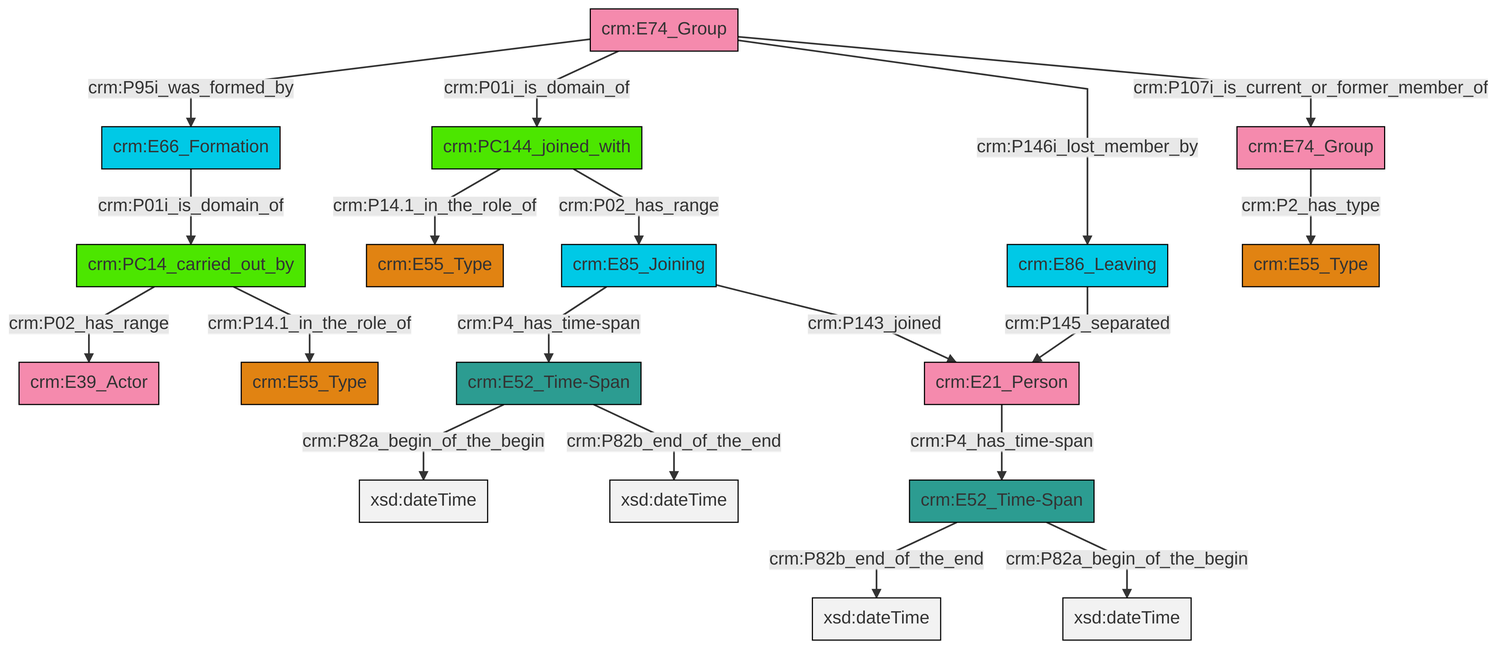
swiss-art-research-net/reference-data-models keeps this Mermaid diagram as et/groupCSV/ttl/mmd/png/group_actor_relations.png. Above is the earlier version. Its source is kept beside it as et/groupCSV/ttl/mmd/group_actor_relations.ttl.mmd.
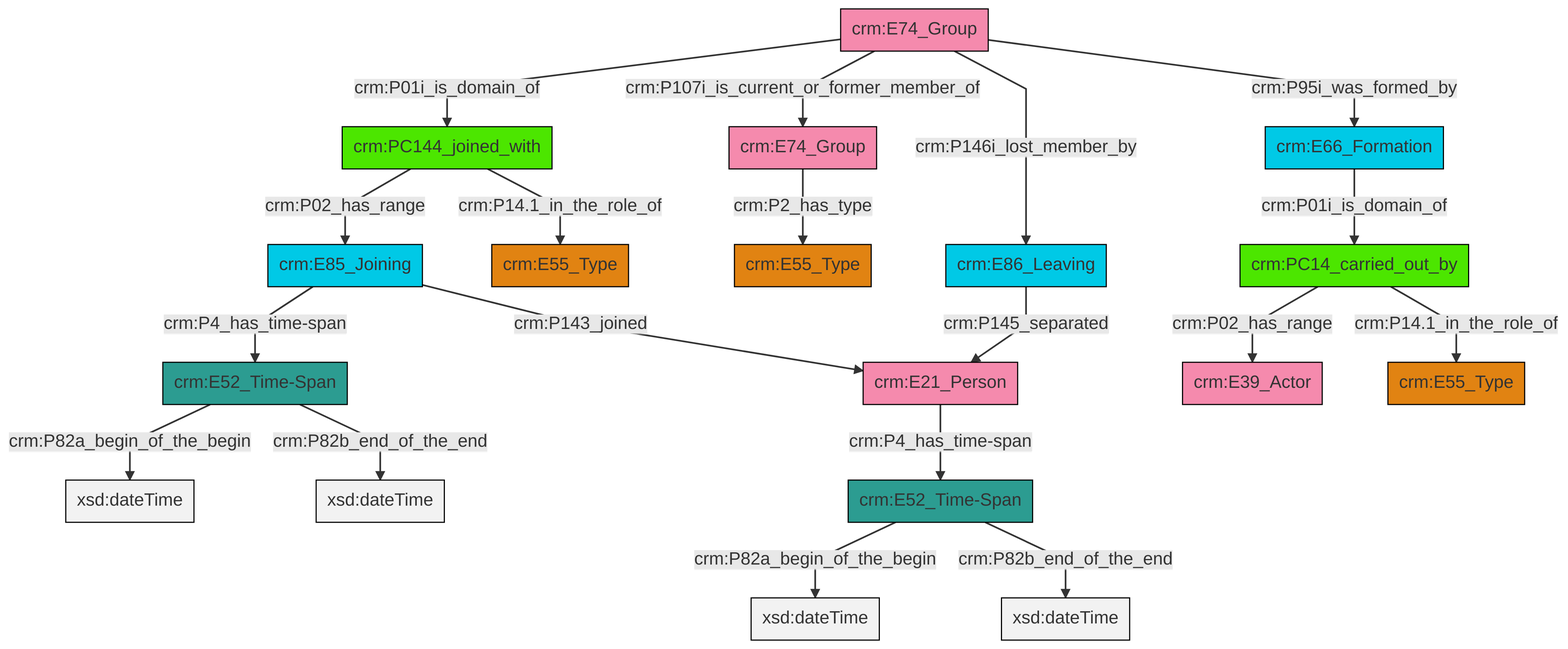
After the commit.

The edit, as a diff of the source:
```diff
@@ -13,21 +13,21 @@
 classDef PC_Classes fill:#4ce600, stroke:#000000;
 classDef Multi fill:#cccccc,stroke:#000000;
 
-0["crm:PC144_joined_with"]:::PC_Classes -->|crm:P14.1_in_the_role_of| 1["crm:E55_Type"]:::Type
-2["crm:E85_Joining"]:::Temporal_Entity -->|crm:P4_has_time-span| 3["crm:E52_Time-Span"]:::Time-Span
-4["crm:E52_Time-Span"]:::Time-Span -->|crm:P82b_end_of_the_end| 5[xsd:dateTime]:::Literal
-2["crm:E85_Joining"]:::Temporal_Entity -->|crm:P143_joined| 8["crm:E21_Person"]:::Actor
-11["crm:E66_Formation"]:::Temporal_Entity -->|crm:P01i_is_domain_of| 9["crm:PC14_carried_out_by"]:::PC_Classes
-0["crm:PC144_joined_with"]:::PC_Classes -->|crm:P02_has_range| 2["crm:E85_Joining"]:::Temporal_Entity
-9["crm:PC14_carried_out_by"]:::PC_Classes -->|crm:P02_has_range| 15["crm:E39_Actor"]:::Actor
-3["crm:E52_Time-Span"]:::Time-Span -->|crm:P82a_begin_of_the_begin| 16[xsd:dateTime]:::Literal
-20["crm:E74_Group"]:::Actor -->|crm:P95i_was_formed_by| 11["crm:E66_Formation"]:::Temporal_Entity
-21["crm:E74_Group"]:::Actor -->|crm:P2_has_type| 12["crm:E55_Type"]:::Type
-3["crm:E52_Time-Span"]:::Time-Span -->|crm:P82b_end_of_the_end| 25[xsd:dateTime]:::Literal
-20["crm:E74_Group"]:::Actor -->|crm:P01i_is_domain_of| 0["crm:PC144_joined_with"]:::PC_Classes
-20["crm:E74_Group"]:::Actor -->|crm:P146i_lost_member_by| 26["crm:E86_Leaving"]:::Temporal_Entity
-9["crm:PC14_carried_out_by"]:::PC_Classes -->|crm:P14.1_in_the_role_of| 17["crm:E55_Type"]:::Type
-20["crm:E74_Group"]:::Actor -->|crm:P107i_is_current_or_former_member_of| 21["crm:E74_Group"]:::Actor
-8["crm:E21_Person"]:::Actor -->|crm:P4_has_time-span| 4["crm:E52_Time-Span"]:::Time-Span
-4["crm:E52_Time-Span"]:::Time-Span -->|crm:P82a_begin_of_the_begin| 29[xsd:dateTime]:::Literal
-26["crm:E86_Leaving"]:::Temporal_Entity -->|crm:P145_separated| 8["crm:E21_Person"]:::Actor
+4["crm:E74_Group"]:::Actor -->|crm:P01i_is_domain_of| 5["crm:PC144_joined_with"]:::PC_Classes
+4["crm:E74_Group"]:::Actor -->|crm:P107i_is_current_or_former_member_of| 2["crm:E74_Group"]:::Actor
+8["crm:E52_Time-Span"]:::Time-Span -->|crm:P82a_begin_of_the_begin| 9[xsd:dateTime]:::Literal
+2["crm:E74_Group"]:::Actor -->|crm:P2_has_type| 0["crm:E55_Type"]:::Type
+19["crm:E85_Joining"]:::Temporal_Entity -->|crm:P4_has_time-span| 13["crm:E52_Time-Span"]:::Time-Span
+20["crm:E86_Leaving"]:::Temporal_Entity -->|crm:P145_separated| 21["crm:E21_Person"]:::Actor
+22["crm:PC14_carried_out_by"]:::PC_Classes -->|crm:P02_has_range| 6["crm:E39_Actor"]:::Actor
+5["crm:PC144_joined_with"]:::PC_Classes -->|crm:P02_has_range| 19["crm:E85_Joining"]:::Temporal_Entity
+23["crm:E66_Formation"]:::Temporal_Entity -->|crm:P01i_is_domain_of| 22["crm:PC14_carried_out_by"]:::PC_Classes
+19["crm:E85_Joining"]:::Temporal_Entity -->|crm:P143_joined| 21["crm:E21_Person"]:::Actor
+13["crm:E52_Time-Span"]:::Time-Span -->|crm:P82a_begin_of_the_begin| 28[xsd:dateTime]:::Literal
+5["crm:PC144_joined_with"]:::PC_Classes -->|crm:P14.1_in_the_role_of| 11["crm:E55_Type"]:::Type
+8["crm:E52_Time-Span"]:::Time-Span -->|crm:P82b_end_of_the_end| 31[xsd:dateTime]:::Literal
+13["crm:E52_Time-Span"]:::Time-Span -->|crm:P82b_end_of_the_end| 32[xsd:dateTime]:::Literal
+21["crm:E21_Person"]:::Actor -->|crm:P4_has_time-span| 8["crm:E52_Time-Span"]:::Time-Span
+22["crm:PC14_carried_out_by"]:::PC_Classes -->|crm:P14.1_in_the_role_of| 15["crm:E55_Type"]:::Type
+4["crm:E74_Group"]:::Actor -->|crm:P146i_lost_member_by| 20["crm:E86_Leaving"]:::Temporal_Entity
+4["crm:E74_Group"]:::Actor -->|crm:P95i_was_formed_by| 23["crm:E66_Formation"]:::Temporal_Entity
```
